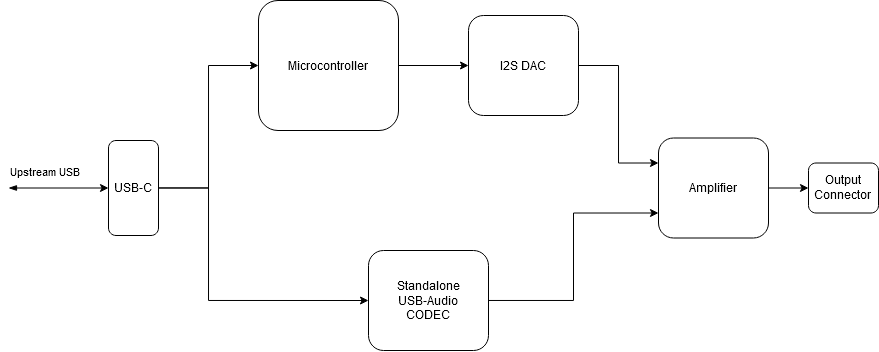
Above: Block Diagram.png in NoahLutz/USB-DAC (draw.io), before the change. Source tidied: cells renumbered, new cells last; positions are measured from the earlier drawing's top-left corner, leaving out a move shared by most shapes.
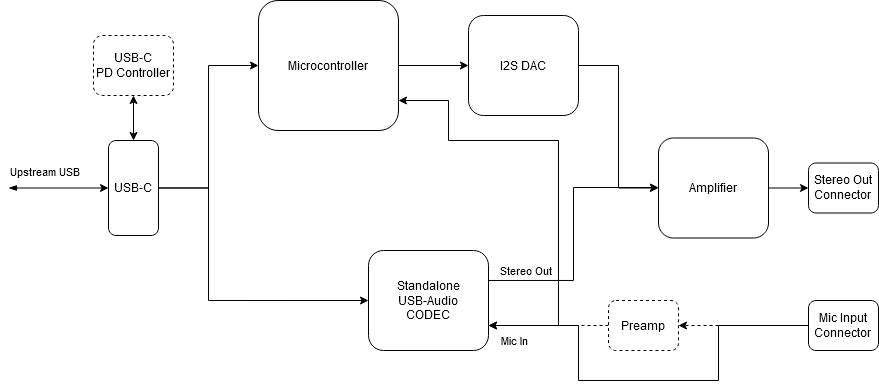
After the commit.

Commit message:
Updated standalone audio codec, added mic input

The edit, as a diff of the source:
```diff
@@ -2,9 +2,20 @@
   <root>
     <mxCell id="0" />
     <mxCell id="1" parent="0" />
-    <mxCell id="2" style="edgeStyle=orthogonalEdgeStyle;rounded=0;jettySize=auto;html=1;entryX=0;entryY=0.75;entryDx=0;entryDy=0;startArrow=none;startFill=0;" parent="1" edge="1" source="3" target="14">
-      <mxGeometry relative="1" as="geometry" />
+    <mxCell id="2" style="edgeStyle=orthogonalEdgeStyle;rounded=0;jettySize=auto;html=1;entryX=0;entryY=0.5;entryDx=0;entryDy=0;startArrow=none;startFill=0;" parent="1" edge="1" source="3" target="14">
+      <mxGeometry relative="1" as="geometry">
+        <Array as="points">
+          <mxPoint x="565" y="280" />
+          <mxPoint x="565" y="187" />
+          <mxPoint x="650" y="187" />
+        </Array>
+      </mxGeometry>
     </mxCell>
+    <mxCell id="16" value="Stereo Out" style="edgeLabel;html=1;align=center;verticalAlign=middle;" parent="2" vertex="1">
+      <mxGeometry x="-0.81" y="2" relative="1" as="geometry">
+        <mxPoint x="12" y="-8" as="offset" />
+      </mxGeometry>
+    </mxCell>
     <mxCell id="3" value="&lt;div&gt;Standalone&lt;/div&gt;&lt;div&gt; USB-Audio &lt;/div&gt;&lt;div&gt;CODEC&lt;br&gt;&lt;/div&gt;" style="rounded=1;whiteSpace=wrap;html=1;" parent="1" vertex="1">
       <mxGeometry x="360" y="250" width="120" height="100" as="geometry" />
     </mxCell>
@@ -16,6 +27,16 @@
         </Array>
       </mxGeometry>
     </mxCell>
+    <mxCell id="17" style="edgeStyle=orthogonalEdgeStyle;rounded=0;jettySize=auto;html=1;startArrow=classic;startFill=1;endArrow=none;endFill=0;noJump=0;" parent="1" edge="1" source="5">
+      <mxGeometry relative="1" as="geometry">
+        <mxPoint x="550" y="325" as="targetPoint" />
+        <Array as="points">
+          <mxPoint x="440" y="100" />
+          <mxPoint x="440" y="140" />
+          <mxPoint x="550" y="140" />
+        </Array>
+      </mxGeometry>
+    </mxCell>
     <mxCell id="5" value="Microcontroller" style="rounded=1;whiteSpace=wrap;html=1;" parent="1" vertex="1">
       <mxGeometry x="250" width="140" height="130" as="geometry" />
     </mxCell>
@@ -40,10 +61,13 @@
     <mxCell id="9" style="edgeStyle=orthogonalEdgeStyle;rounded=0;jettySize=auto;html=1;entryX=0;entryY=0.5;entryDx=0;entryDy=0;startArrow=none;startFill=0;" parent="1" edge="1" source="10" target="5">
       <mxGeometry relative="1" as="geometry" />
     </mxCell>
+    <mxCell id="18" style="edgeStyle=orthogonalEdgeStyle;rounded=0;jettySize=auto;html=1;entryX=0.5;entryY=1;entryDx=0;entryDy=0;startArrow=classic;startFill=1;" parent="1" edge="1" source="10" target="19">
+      <mxGeometry relative="1" as="geometry" />
+    </mxCell>
     <mxCell id="10" value="USB-C" style="rounded=1;whiteSpace=wrap;html=1;" parent="1" vertex="1">
       <mxGeometry x="100" y="140" width="50" height="95" as="geometry" />
     </mxCell>
-    <mxCell id="11" style="edgeStyle=orthogonalEdgeStyle;rounded=0;jettySize=auto;html=1;startArrow=none;startFill=0;entryX=0;entryY=0.25;entryDx=0;entryDy=0;" parent="1" edge="1" source="12" target="14">
+    <mxCell id="11" style="edgeStyle=orthogonalEdgeStyle;rounded=0;jettySize=auto;html=1;startArrow=none;startFill=0;entryX=0;entryY=0.5;entryDx=0;entryDy=0;" parent="1" edge="1" source="12" target="14">
       <mxGeometry relative="1" as="geometry" />
     </mxCell>
     <mxCell id="12" value="I2S DAC" style="rounded=1;whiteSpace=wrap;html=1;" parent="1" vertex="1">
@@ -55,8 +79,38 @@
     <mxCell id="14" value="Amplifier" style="rounded=1;whiteSpace=wrap;html=1;" parent="1" vertex="1">
       <mxGeometry x="650" y="137.5" width="110" height="100" as="geometry" />
     </mxCell>
-    <mxCell id="15" value="&lt;div&gt;Output&lt;/div&gt;&lt;div&gt;Connector&lt;br&gt;&lt;/div&gt;" style="rounded=1;whiteSpace=wrap;html=1;" parent="1" vertex="1">
+    <mxCell id="15" value="&lt;div&gt;Stereo Out&lt;/div&gt;&lt;div&gt;Connector&lt;br&gt;&lt;/div&gt;" style="rounded=1;whiteSpace=wrap;html=1;" parent="1" vertex="1">
       <mxGeometry x="800" y="162.5" width="70" height="50" as="geometry" />
     </mxCell>
+    <mxCell id="19" value="&lt;div&gt;USB-C&lt;/div&gt;&lt;div&gt;PD Controller&lt;br&gt;&lt;/div&gt;" style="rounded=1;whiteSpace=wrap;html=1;dashed=1;" parent="1" vertex="1">
+      <mxGeometry x="85" y="35" width="80" height="60" as="geometry" />
+    </mxCell>
+    <mxCell id="20" style="edgeStyle=orthogonalEdgeStyle;rounded=0;jettySize=auto;html=1;entryX=1;entryY=0.75;entryDx=0;entryDy=0;startArrow=none;startFill=0;dashed=1;" parent="1" edge="1" source="21" target="3">
+      <mxGeometry relative="1" as="geometry" />
+    </mxCell>
+    <mxCell id="21" value="Preamp" style="rounded=1;whiteSpace=wrap;html=1;dashed=1;" parent="1" vertex="1">
+      <mxGeometry x="600" y="300" width="70" height="50" as="geometry" />
+    </mxCell>
+    <mxCell id="22" style="edgeStyle=orthogonalEdgeStyle;rounded=0;jettySize=auto;html=1;entryX=1;entryY=0.5;entryDx=0;entryDy=0;startArrow=none;startFill=0;dashed=1;" parent="1" edge="1" source="25" target="21">
+      <mxGeometry relative="1" as="geometry" />
+    </mxCell>
+    <mxCell id="23" style="edgeStyle=orthogonalEdgeStyle;rounded=0;jettySize=auto;html=1;entryX=1;entryY=0.75;entryDx=0;entryDy=0;startArrow=none;startFill=0;" parent="1" edge="1" source="25" target="3">
+      <mxGeometry relative="1" as="geometry">
+        <Array as="points">
+          <mxPoint x="710" y="325" />
+          <mxPoint x="710" y="380" />
+          <mxPoint x="570" y="380" />
+          <mxPoint x="570" y="325" />
+        </Array>
+      </mxGeometry>
+    </mxCell>
+    <mxCell id="24" value="Mic In" style="edgeLabel;html=1;align=center;verticalAlign=middle;" parent="23" vertex="1">
+      <mxGeometry x="0.88" y="-1" relative="1" as="geometry">
+        <mxPoint y="16" as="offset" />
+      </mxGeometry>
+    </mxCell>
+    <mxCell id="25" value="&lt;div&gt;Mic Input&lt;/div&gt;&lt;div&gt;Connector&lt;br&gt;&lt;/div&gt;" style="rounded=1;whiteSpace=wrap;html=1;" parent="1" vertex="1">
+      <mxGeometry x="800" y="300" width="70" height="50" as="geometry" />
+    </mxCell>
   </root>
 </mxGraphModel>
```
